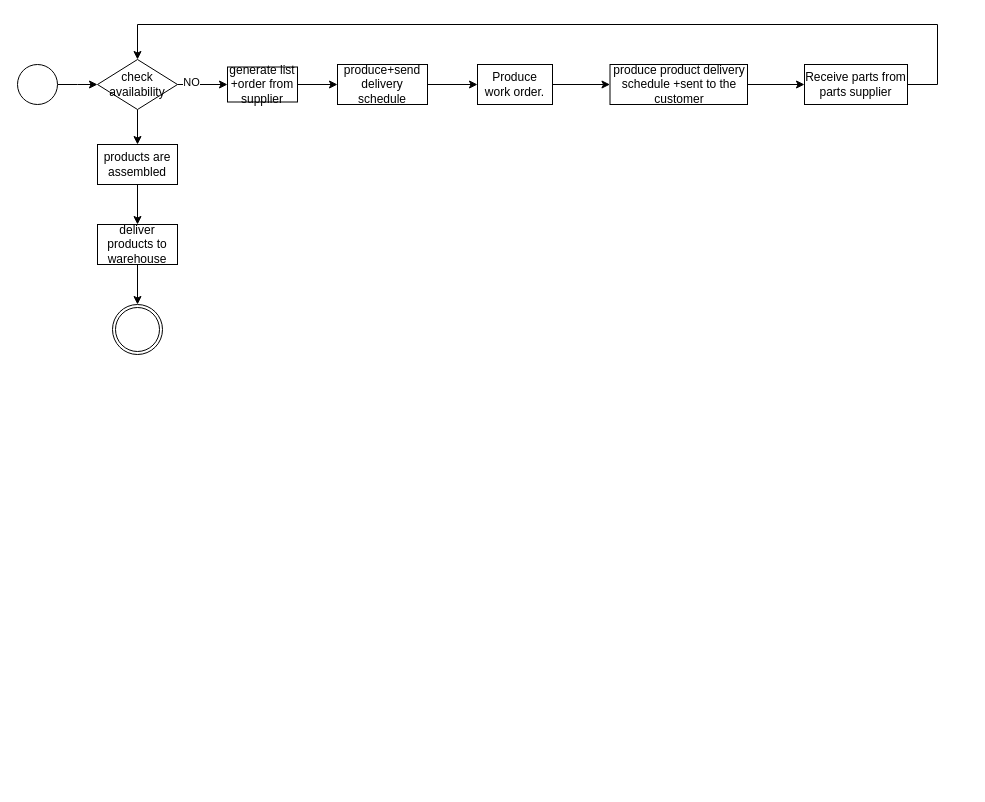
Before: Assign2&3.drawio in 20104796/Enterprise-Architecture, a draw.io diagram. Source tidied: cells renumbered, new cells numbered last; positions are measured from the earlier drawing's top-left corner, leaving out a move shared by most shapes. Both pictures are drawn from the tidied source at 100%, with x=0, y=0 at pixel (17, 24).
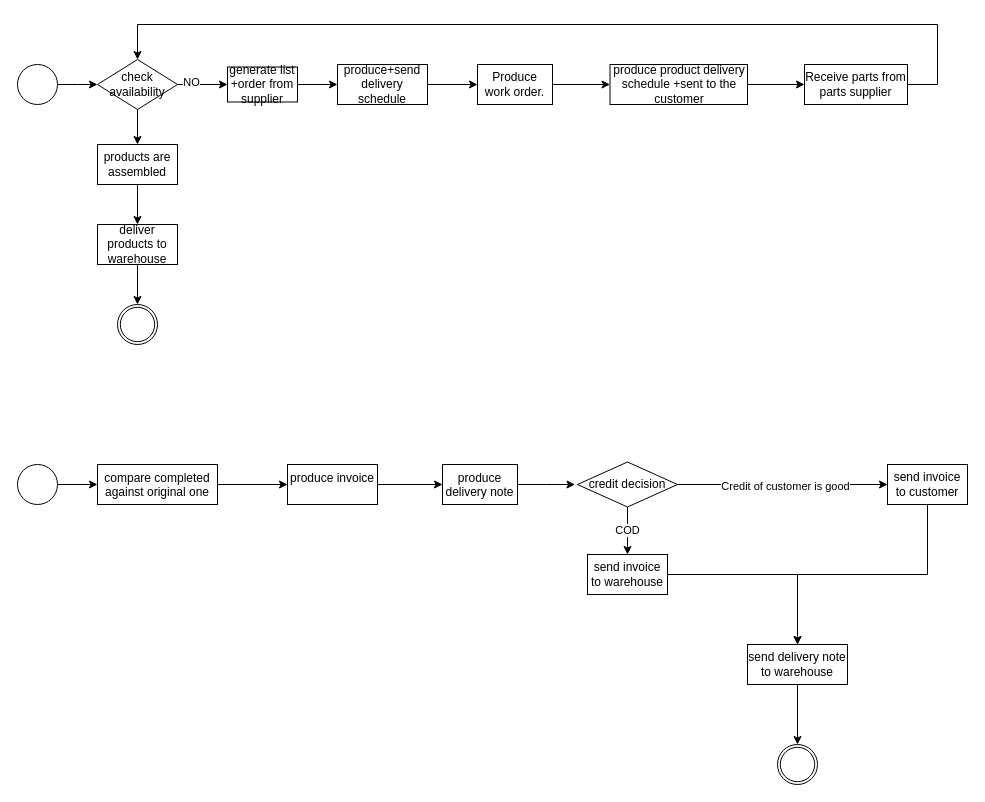
The same diagram, later.

Diff of the diagram source:
```diff
@@
     <mxCell id="21" style="points=[[0.145,0.145,0],[0.5,0,0],[0.855,0.145,0],[1,0.5,0],[0.855,0.855,0],[0.5,1,0],[0.145,0.855,0],[0,0.5,0]];shape=mxgraph.bpmn.event;html=1;verticalLabelPosition=bottom;labelBackgroundColor=#ffffff;verticalAlign=top;align=center;perimeter=ellipsePerimeter;outlineConnect=0;outline=throwing;symbol=general;" parent="1" vertex="1">
-      <mxGeometry x="95" y="280" width="50" height="50" as="geometry" />
+      <mxGeometry x="100" y="280" width="40" height="40" as="geometry" />
     </mxCell>
@@
+    <mxCell id="23" style="edgeStyle=orthogonalEdgeStyle;rounded=0;jettySize=auto;html=1;" parent="1" edge="1" source="24" target="26">
+      <mxGeometry relative="1" as="geometry" />
+    </mxCell>
+    <mxCell id="24" style="points=[[0.145,0.145,0],[0.5,0,0],[0.855,0.145,0],[1,0.5,0],[0.855,0.855,0],[0.5,1,0],[0.145,0.855,0],[0,0.5,0]];shape=mxgraph.bpmn.event;html=1;verticalLabelPosition=bottom;labelBackgroundColor=#ffffff;verticalAlign=top;align=center;perimeter=ellipsePerimeter;outlineConnect=0;outline=standard;symbol=general;" parent="1" vertex="1">
+      <mxGeometry y="440" width="40" height="40" as="geometry" />
+    </mxCell>
+    <mxCell id="25" style="edgeStyle=orthogonalEdgeStyle;rounded=0;jettySize=auto;html=1;" parent="1" edge="1" source="26" target="28">
+      <mxGeometry relative="1" as="geometry" />
+    </mxCell>
+    <mxCell id="26" value="compare completed against original one" style="whiteSpace=wrap;html=1;verticalAlign=top;labelBackgroundColor=#ffffff;" parent="1" vertex="1">
+      <mxGeometry x="80" y="440" width="120" height="40" as="geometry" />
+    </mxCell>
+    <mxCell id="27" style="edgeStyle=orthogonalEdgeStyle;rounded=0;jettySize=auto;html=1;" parent="1" edge="1" source="28" target="30">
+      <mxGeometry relative="1" as="geometry" />
+    </mxCell>
+    <mxCell id="28" value="produce invoice" style="whiteSpace=wrap;html=1;verticalAlign=top;labelBackgroundColor=#ffffff;" parent="1" vertex="1">
+      <mxGeometry x="270" y="440" width="90" height="40" as="geometry" />
+    </mxCell>
+    <mxCell id="29" style="edgeStyle=orthogonalEdgeStyle;rounded=0;jettySize=auto;html=1;" parent="1" edge="1" source="30">
+      <mxGeometry relative="1" as="geometry">
+        <mxPoint x="557.5" y="460" as="targetPoint" />
+      </mxGeometry>
+    </mxCell>
+    <mxCell id="30" value="produce delivery note" style="whiteSpace=wrap;html=1;verticalAlign=top;labelBackgroundColor=#ffffff;" parent="1" vertex="1">
+      <mxGeometry x="425" y="440" width="75" height="40" as="geometry" />
+    </mxCell>
+    <mxCell id="31" style="edgeStyle=orthogonalEdgeStyle;rounded=0;jettySize=auto;html=1;" parent="1" edge="1" source="32" target="35">
+      <mxGeometry relative="1" as="geometry">
+        <Array as="points">
+          <mxPoint x="910" y="550" />
+          <mxPoint x="780" y="550" />
+        </Array>
+      </mxGeometry>
+    </mxCell>
+    <mxCell id="32" value="send invoice to customer" style="rounded=0;whiteSpace=wrap;html=1;" parent="1" vertex="1">
+      <mxGeometry x="870" y="440" width="80" height="40" as="geometry" />
+    </mxCell>
+    <mxCell id="33" style="edgeStyle=orthogonalEdgeStyle;rounded=0;jettySize=auto;html=1;entryX=0.5;entryY=0;entryDx=0;entryDy=0;" parent="1" edge="1" source="34" target="35">
+      <mxGeometry relative="1" as="geometry" />
+    </mxCell>
+    <mxCell id="34" value="send invoice to warehouse " style="rounded=0;whiteSpace=wrap;html=1;" parent="1" vertex="1">
+      <mxGeometry x="570" y="530" width="80" height="40" as="geometry" />
+    </mxCell>
+    <mxCell id="35" value="send delivery note to warehouse" style="rounded=0;whiteSpace=wrap;html=1;" parent="1" vertex="1">
+      <mxGeometry x="730" y="620" width="100" height="40" as="geometry" />
+    </mxCell>
+    <mxCell id="36" style="edgeStyle=orthogonalEdgeStyle;rounded=0;jettySize=auto;html=1;entryX=0;entryY=0.5;entryDx=0;entryDy=0;" parent="1" edge="1" source="40" target="32">
+      <mxGeometry relative="1" as="geometry" />
+    </mxCell>
+    <mxCell id="37" value="Credit of customer is good" style="edgeLabel;html=1;align=center;verticalAlign=middle;" parent="36" vertex="1">
+      <mxGeometry x="0.02" y="-1" relative="1" as="geometry" />
+    </mxCell>
+    <mxCell id="38" style="edgeStyle=orthogonalEdgeStyle;rounded=0;jettySize=auto;html=1;entryX=0.5;entryY=0;entryDx=0;entryDy=0;" parent="1" edge="1" source="40" target="34">
+      <mxGeometry relative="1" as="geometry" />
+    </mxCell>
+    <mxCell id="39" value="COD" style="edgeLabel;html=1;align=center;verticalAlign=middle;" parent="38" vertex="1">
+      <mxGeometry x="-0.04" y="-1" relative="1" as="geometry" />
+    </mxCell>
+    <mxCell id="40" value="credit decision" style="rhombus;whiteSpace=wrap;html=1;" parent="1" vertex="1">
+      <mxGeometry x="560" y="437.5" width="100" height="45" as="geometry" />
+    </mxCell>
+    <mxCell id="41" style="points=[[0.145,0.145,0],[0.5,0,0],[0.855,0.145,0],[1,0.5,0],[0.855,0.855,0],[0.5,1,0],[0.145,0.855,0],[0,0.5,0]];shape=mxgraph.bpmn.event;html=1;verticalLabelPosition=bottom;labelBackgroundColor=#ffffff;verticalAlign=top;align=center;perimeter=ellipsePerimeter;outlineConnect=0;outline=throwing;symbol=general;" parent="1" vertex="1">
+      <mxGeometry x="760" y="720" width="40" height="40" as="geometry" />
+    </mxCell>
+    <mxCell id="42" style="edgeStyle=orthogonalEdgeStyle;rounded=0;jettySize=auto;html=1;entryX=0.5;entryY=0;entryDx=0;entryDy=0;entryPerimeter=0;" parent="1" edge="1" source="35" target="41">
+      <mxGeometry relative="1" as="geometry" />
+    </mxCell>
```
